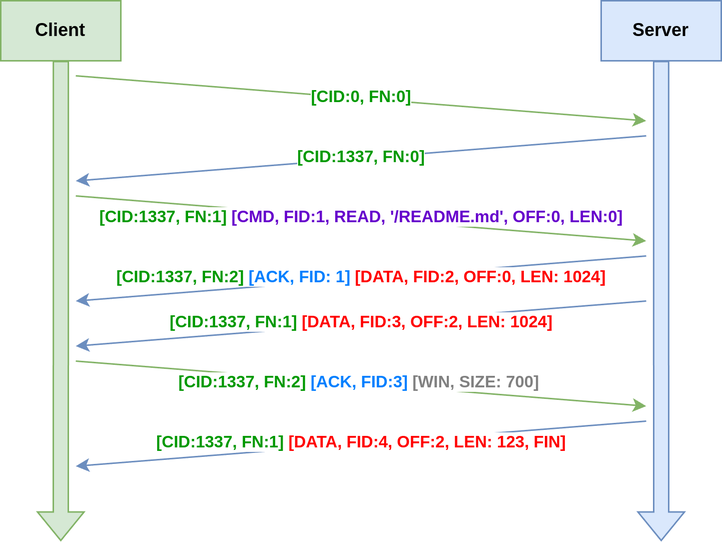
Earlier version of the draw.io export rft-example.png (gierens/rft). Source tidied: cells renumbered, new cells last; positions are measured from the earlier drawing's top-left corner, leaving out a move shared by most shapes. The source it was exported from:
```xml
<mxGraphModel>
  <root>
    <mxCell id="0" />
    <mxCell id="1" parent="0" />
    <mxCell id="2" style="edgeStyle=orthogonalEdgeStyle;rounded=0;jettySize=auto;html=1;shape=flexArrow;fillColor=#d5e8d4;strokeColor=#82b366;" parent="1" edge="1" source="3">
      <mxGeometry relative="1" as="geometry">
        <mxPoint x="40" y="360" as="targetPoint" />
      </mxGeometry>
    </mxCell>
    <mxCell id="3" value="&lt;b&gt;Client&lt;/b&gt;" style="rounded=0;whiteSpace=wrap;html=1;fillColor=#d5e8d4;strokeColor=#82b366;" parent="1" vertex="1">
      <mxGeometry width="80" height="40" as="geometry" />
    </mxCell>
    <mxCell id="4" style="edgeStyle=orthogonalEdgeStyle;rounded=0;jettySize=auto;html=1;shape=flexArrow;fillColor=#dae8fc;strokeColor=#6c8ebf;" parent="1" edge="1" source="5">
      <mxGeometry relative="1" as="geometry">
        <mxPoint x="440" y="360" as="targetPoint" />
      </mxGeometry>
    </mxCell>
    <mxCell id="5" value="&lt;b&gt;Server&lt;/b&gt;" style="rounded=0;whiteSpace=wrap;html=1;fillColor=#dae8fc;strokeColor=#6c8ebf;" parent="1" vertex="1">
      <mxGeometry x="400" width="80" height="40" as="geometry" />
    </mxCell>
    <mxCell id="6" style="endArrow=classic;html=1;rounded=0;fillColor=#d5e8d4;strokeColor=#82b366;" parent="1" edge="1">
      <mxGeometry relative="1" as="geometry">
        <mxPoint x="50" y="50" as="sourcePoint" />
        <mxPoint x="430" y="80" as="targetPoint" />
      </mxGeometry>
    </mxCell>
    <mxCell id="7" value="&lt;b style=&quot;&quot;&gt;&lt;font color=&quot;#009900&quot;&gt;[CID:0, FN:0]&lt;/font&gt;&lt;/b&gt;" style="edgeLabel;html=1;align=center;verticalAlign=middle;" parent="6" vertex="1">
      <mxGeometry y="1" relative="1" as="geometry" />
    </mxCell>
    <mxCell id="8" style="endArrow=none;html=1;rounded=0;startArrow=classic;startFill=1;endFill=0;fillColor=#dae8fc;strokeColor=#6c8ebf;" parent="1" edge="1">
      <mxGeometry relative="1" as="geometry">
        <mxPoint x="50" y="120" as="sourcePoint" />
        <mxPoint x="430" y="90" as="targetPoint" />
      </mxGeometry>
    </mxCell>
    <mxCell id="9" value="&lt;b style=&quot;&quot;&gt;&lt;font color=&quot;#009900&quot;&gt;[CID:1337, FN:0]&lt;/font&gt;&lt;/b&gt;" style="edgeLabel;html=1;align=center;verticalAlign=middle;" parent="8" vertex="1">
      <mxGeometry y="1" relative="1" as="geometry" />
    </mxCell>
    <mxCell id="10" style="endArrow=classic;html=1;rounded=0;fillColor=#d5e8d4;strokeColor=#82b366;" parent="1" edge="1">
      <mxGeometry relative="1" as="geometry">
        <mxPoint x="50" y="130" as="sourcePoint" />
        <mxPoint x="430" y="160" as="targetPoint" />
      </mxGeometry>
    </mxCell>
    <mxCell id="11" value="&lt;b&gt;&lt;font color=&quot;#009900&quot;&gt;[CID:1337, FN:1]&lt;/font&gt; &lt;font color=&quot;#6600cc&quot;&gt;[CMD, FID:1, READ, '/README.md', OFF:0, LEN:0]&lt;/font&gt;&lt;/b&gt;" style="edgeLabel;html=1;align=center;verticalAlign=middle;" parent="10" vertex="1">
      <mxGeometry y="1" relative="1" as="geometry" />
    </mxCell>
    <mxCell id="12" style="endArrow=none;html=1;rounded=0;startArrow=classic;startFill=1;endFill=0;fillColor=#dae8fc;strokeColor=#6c8ebf;" parent="1" edge="1">
      <mxGeometry relative="1" as="geometry">
        <mxPoint x="50" y="200" as="sourcePoint" />
        <mxPoint x="430" y="170" as="targetPoint" />
      </mxGeometry>
    </mxCell>
    <mxCell id="13" value="&lt;b&gt;&lt;font color=&quot;#009900&quot;&gt;[CID:1337, FN:2]&lt;/font&gt; &lt;font color=&quot;#007fff&quot;&gt;[ACK, FID: 1]&lt;/font&gt; &lt;font color=&quot;#ff0000&quot;&gt;[DATA, FID:2, OFF:0, LEN: 1024]&lt;/font&gt;&lt;/b&gt;" style="edgeLabel;html=1;align=center;verticalAlign=middle;" parent="12" vertex="1">
      <mxGeometry y="1" relative="1" as="geometry" />
    </mxCell>
    <mxCell id="14" style="endArrow=none;html=1;rounded=0;startArrow=classic;startFill=1;endFill=0;fillColor=#dae8fc;strokeColor=#6c8ebf;" parent="1" edge="1">
      <mxGeometry relative="1" as="geometry">
        <mxPoint x="50" y="230" as="sourcePoint" />
        <mxPoint x="430" y="200" as="targetPoint" />
      </mxGeometry>
    </mxCell>
    <mxCell id="15" value="&lt;b&gt;&lt;font color=&quot;#009900&quot;&gt;[CID:1337, FN:1]&lt;/font&gt; &lt;font color=&quot;#ff0000&quot;&gt;[DATA, FID:3, OFF:2, LEN: 1024]&lt;/font&gt;&lt;/b&gt;" style="edgeLabel;html=1;align=center;verticalAlign=middle;" parent="14" vertex="1">
      <mxGeometry y="1" relative="1" as="geometry" />
    </mxCell>
    <mxCell id="16" style="endArrow=classic;html=1;rounded=0;fillColor=#d5e8d4;strokeColor=#82b366;" parent="1" edge="1">
      <mxGeometry relative="1" as="geometry">
        <mxPoint x="50" y="240" as="sourcePoint" />
        <mxPoint x="430" y="270" as="targetPoint" />
      </mxGeometry>
    </mxCell>
    <mxCell id="17" value="&lt;b&gt;&lt;font color=&quot;#009900&quot;&gt;[CID:1337, FN:2]&lt;/font&gt; &lt;font color=&quot;#007fff&quot;&gt;[ACK, FID:3]&lt;/font&gt;&lt;font color=&quot;#808080&quot;&gt; [WIN, SIZE: 700]&amp;nbsp;&lt;/font&gt;&lt;/b&gt;" style="edgeLabel;html=1;align=center;verticalAlign=middle;" parent="16" vertex="1">
      <mxGeometry y="1" relative="1" as="geometry" />
    </mxCell>
    <mxCell id="18" style="endArrow=none;html=1;rounded=0;startArrow=classic;startFill=1;endFill=0;fillColor=#dae8fc;strokeColor=#6c8ebf;" parent="1" edge="1">
      <mxGeometry relative="1" as="geometry">
        <mxPoint x="50" y="310" as="sourcePoint" />
        <mxPoint x="430" y="280" as="targetPoint" />
      </mxGeometry>
    </mxCell>
    <mxCell id="19" value="&lt;b&gt;&lt;font color=&quot;#009900&quot;&gt;[CID:1337, FN:1]&lt;/font&gt; &lt;font color=&quot;#ff0000&quot;&gt;[DATA, FID:4, OFF:2, LEN: 123, FIN]&lt;/font&gt;&lt;/b&gt;" style="edgeLabel;html=1;align=center;verticalAlign=middle;" parent="18" vertex="1">
      <mxGeometry y="1" relative="1" as="geometry" />
    </mxCell>
  </root>
</mxGraphModel>
```
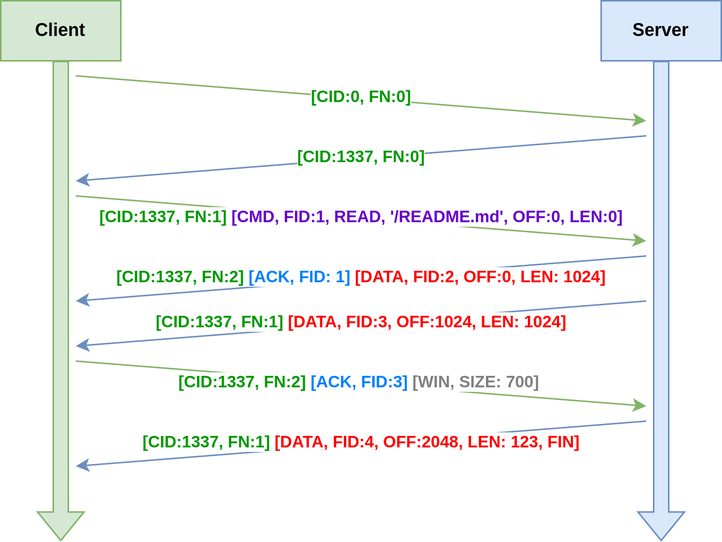
The same diagram one commit later.

The edit, as a diff of the source:
```diff
@@ -24,7 +24,7 @@
         <mxPoint x="430" y="80" as="targetPoint" />
       </mxGeometry>
     </mxCell>
-    <mxCell id="7" value="&lt;b style=&quot;&quot;&gt;&lt;font color=&quot;#009900&quot;&gt;[CID:0, FN:0]&lt;/font&gt;&lt;/b&gt;" style="edgeLabel;html=1;align=center;verticalAlign=middle;" parent="6" vertex="1">
+    <mxCell id="7" value="&lt;b style=&quot;&quot;&gt;&lt;font color=&quot;#009900&quot;&gt;[CID:0, FN:0]&lt;/font&gt;&lt;/b&gt;" style="edgeLabel;html=1;align=center;verticalAlign=middle;labelBackgroundColor=default;" parent="6" vertex="1">
       <mxGeometry y="1" relative="1" as="geometry" />
     </mxCell>
     <mxCell id="8" style="endArrow=none;html=1;rounded=0;startArrow=classic;startFill=1;endFill=0;fillColor=#dae8fc;strokeColor=#6c8ebf;" parent="1" edge="1">
@@ -60,7 +60,7 @@
         <mxPoint x="430" y="200" as="targetPoint" />
       </mxGeometry>
     </mxCell>
-    <mxCell id="15" value="&lt;b&gt;&lt;font color=&quot;#009900&quot;&gt;[CID:1337, FN:1]&lt;/font&gt; &lt;font color=&quot;#ff0000&quot;&gt;[DATA, FID:3, OFF:2, LEN: 1024]&lt;/font&gt;&lt;/b&gt;" style="edgeLabel;html=1;align=center;verticalAlign=middle;" parent="14" vertex="1">
+    <mxCell id="15" value="&lt;b&gt;&lt;font color=&quot;#009900&quot;&gt;[CID:1337, FN:1]&lt;/font&gt; &lt;font color=&quot;#ff0000&quot;&gt;[DATA, FID:3, OFF:1024, LEN: 1024]&lt;/font&gt;&lt;/b&gt;" style="edgeLabel;html=1;align=center;verticalAlign=middle;" parent="14" vertex="1">
       <mxGeometry y="1" relative="1" as="geometry" />
     </mxCell>
     <mxCell id="16" style="endArrow=classic;html=1;rounded=0;fillColor=#d5e8d4;strokeColor=#82b366;" parent="1" edge="1">
@@ -78,7 +78,7 @@
         <mxPoint x="430" y="280" as="targetPoint" />
       </mxGeometry>
     </mxCell>
-    <mxCell id="19" value="&lt;b&gt;&lt;font color=&quot;#009900&quot;&gt;[CID:1337, FN:1]&lt;/font&gt; &lt;font color=&quot;#ff0000&quot;&gt;[DATA, FID:4, OFF:2, LEN: 123, FIN]&lt;/font&gt;&lt;/b&gt;" style="edgeLabel;html=1;align=center;verticalAlign=middle;" parent="18" vertex="1">
+    <mxCell id="19" value="&lt;b&gt;&lt;font color=&quot;#009900&quot;&gt;[CID:1337, FN:1]&lt;/font&gt; &lt;font color=&quot;#ff0000&quot;&gt;[DATA, FID:4, OFF:2048, LEN: 123, FIN]&lt;/font&gt;&lt;/b&gt;" style="edgeLabel;html=1;align=center;verticalAlign=middle;" parent="18" vertex="1">
       <mxGeometry y="1" relative="1" as="geometry" />
     </mxCell>
   </root>
```
